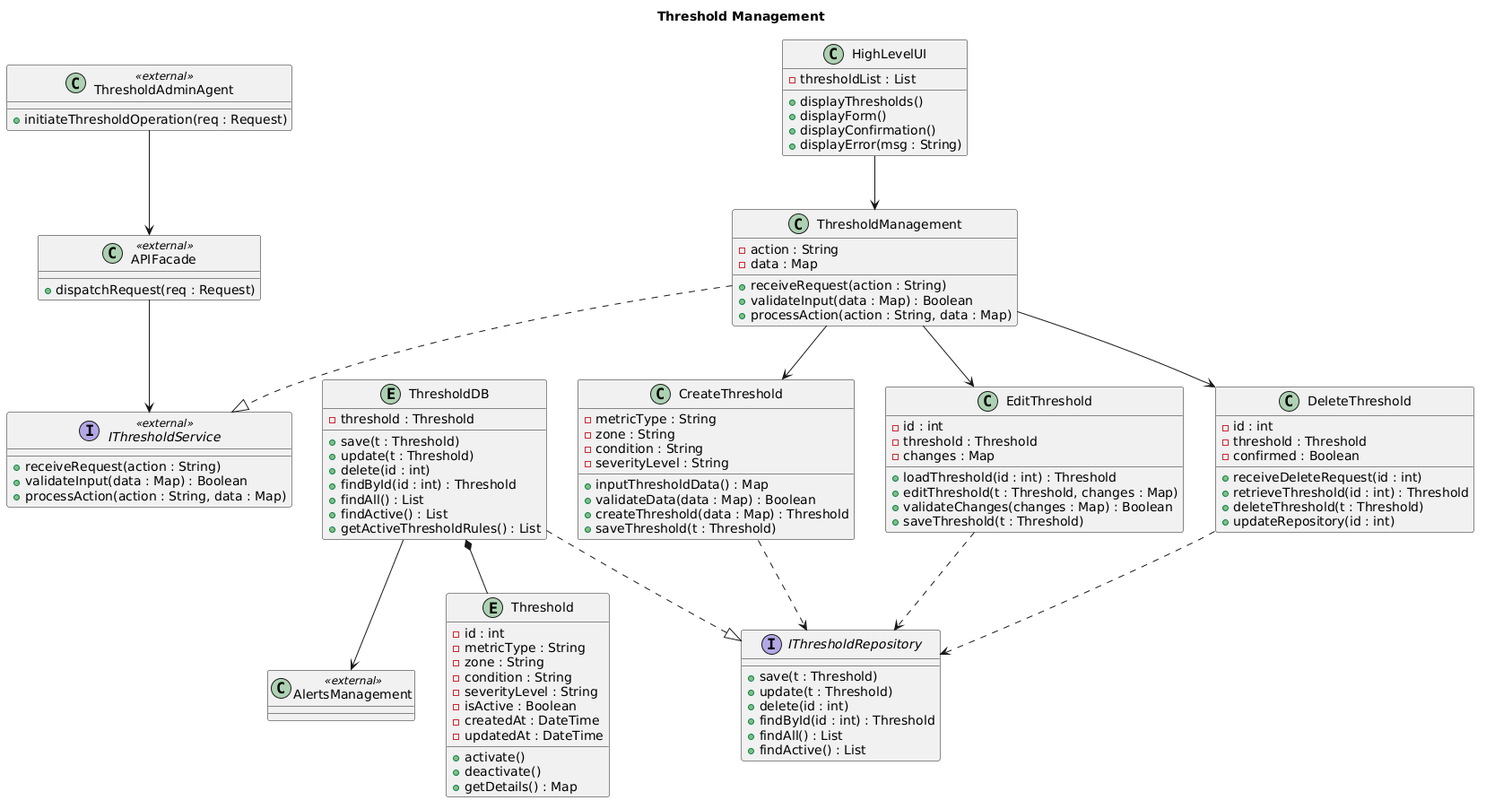
This is docs/diagrams/compiled/class/Threshold_Management_Class_Diagram.png from harmanpreet-sagar/SFWRENG-3A04-Group6-T01, a PlantUML export, as it was before one commit.
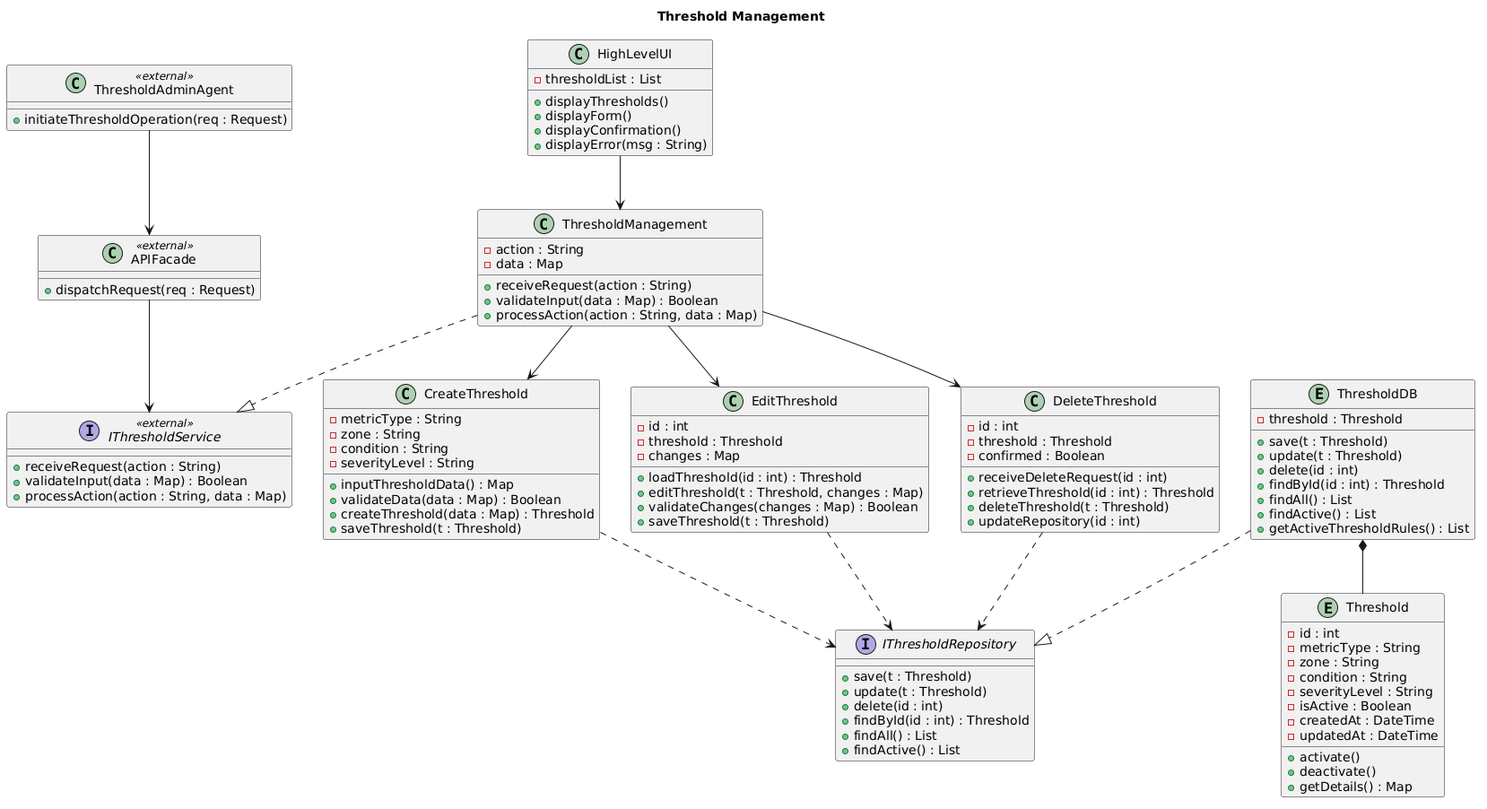
Above is the later version.

Change to the diagram source:
```diff
@@ -13,9 +13,6 @@
   +receiveRequest(action : String)
   +validateInput(data : Map) : Boolean
   +processAction(action : String, data : Map)
-}
-
-class AlertsManagement <<external>> {
 }
 
 class HighLevelUI {
@@ -99,10 +96,9 @@
   +getDetails() : Map
 }
 
-ThresholdAdminAgent   --> APIFacade
-APIFacade             --> IThresholdService
-ThresholdManagement   ..|> IThresholdService
-ThresholdDB           --> AlertsManagement
+ThresholdAdminAgent --> APIFacade
+APIFacade           --> IThresholdService
+ThresholdManagement ..|> IThresholdService
 
 HighLevelUI         --> ThresholdManagement
 ThresholdManagement --> CreateThreshold
```
